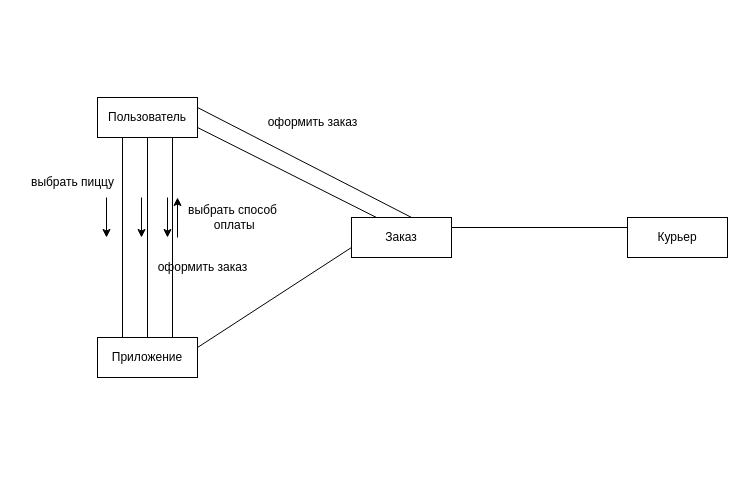
The draw.io diagram ДиаграммаКоммуникуции.drawio in hard-gainer/UML, before the edit. Source tidied: cells renumbered, new cells numbered last; positions are measured from the earlier drawing's top-left corner, leaving out a move shared by most shapes. Both pictures are drawn from the tidied source at 100%, with x=0, y=0 at pixel (17, 97).
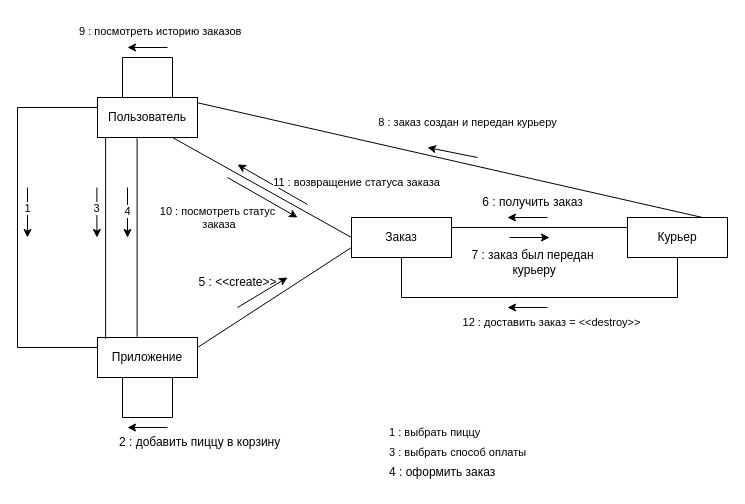
The same page after the edit.

The change refers to these unchanged cells:
```xml
<mxCell id="2" value="Пользователь" style="html=1;whiteSpace=wrap;" parent="1" vertex="1">
  <mxGeometry x="80" width="100" height="40" as="geometry" />
</mxCell>
<mxCell id="3" value="Заказ" style="html=1;whiteSpace=wrap;" parent="1" vertex="1">
  <mxGeometry x="334" y="120" width="100" height="40" as="geometry" />
</mxCell>
<mxCell id="4" value="Курьер" style="html=1;whiteSpace=wrap;" parent="1" vertex="1">
  <mxGeometry x="610" y="120" width="100" height="40" as="geometry" />
</mxCell>
<mxCell id="5" value="Приложение" style="html=1;whiteSpace=wrap;" parent="1" vertex="1">
  <mxGeometry x="80" y="240" width="100" height="40" as="geometry" />
</mxCell>
```

What changed in the source:
```diff
@@
-    <mxCell id="6" style="endArrow=none;html=1;rounded=0;entryX=0.25;entryY=1;entryDx=0;entryDy=0;exitX=0.25;exitY=0;exitDx=0;exitDy=0;" parent="1" edge="1" source="5" target="2">
-      <mxGeometry relative="1" as="geometry" />
-    </mxCell>
@@
-    <mxCell id="8" style="endArrow=none;html=1;rounded=0;exitX=1;exitY=0.75;exitDx=0;exitDy=0;entryX=0.25;entryY=0;entryDx=0;entryDy=0;" parent="1" edge="1" source="2" target="3">
+    <mxCell id="8" style="endArrow=none;html=1;rounded=0;exitX=0.396;exitY=1.02;exitDx=0;exitDy=0;entryX=0.396;entryY=-0.02;entryDx=0;entryDy=0;exitPerimeter=0;entryPerimeter=0;" parent="1" edge="1" source="2" target="5">
       <mxGeometry relative="1" as="geometry" />
     </mxCell>
-    <mxCell id="9" value="выбрать пиццу" style="text;html=1;align=center;verticalAlign=middle;strokeColor=none;fillColor=none;" parent="1" vertex="1">
-      <mxGeometry y="70" width="110" height="30" as="geometry" />
-    </mxCell>
-    <mxCell id="10" style="endArrow=classic;html=1;rounded=0;" parent="1" edge="1">
-      <mxGeometry relative="1" as="geometry">
-        <mxPoint x="89" y="100" as="sourcePoint" />
-        <mxPoint x="89" y="140" as="targetPoint" />
-      </mxGeometry>
-    </mxCell>
-    <mxCell id="11" style="endArrow=none;html=1;rounded=0;entryX=0.75;entryY=1;entryDx=0;entryDy=0;exitX=0.75;exitY=0;exitDx=0;exitDy=0;" parent="1" edge="1" source="5" target="2">
-      <mxGeometry relative="1" as="geometry" />
-    </mxCell>
-    <mxCell id="12" style="endArrow=classic;html=1;rounded=0;" parent="1" edge="1">
-      <mxGeometry relative="1" as="geometry">
-        <mxPoint x="150" y="100" as="sourcePoint" />
-        <mxPoint x="150" y="140" as="targetPoint" />
-      </mxGeometry>
-    </mxCell>
-    <mxCell id="13" style="endArrow=classic;html=1;rounded=0;" parent="1" edge="1">
-      <mxGeometry relative="1" as="geometry">
-        <mxPoint x="160" y="140" as="sourcePoint" />
-        <mxPoint x="160" y="100" as="targetPoint" />
-      </mxGeometry>
-    </mxCell>
-    <mxCell id="14" value="выбрать способ&lt;div&gt;&amp;nbsp;оплаты&lt;/div&gt;" style="text;html=1;align=center;verticalAlign=middle;strokeColor=none;fillColor=none;" parent="1" vertex="1">
-      <mxGeometry x="160" y="100" width="110" height="40" as="geometry" />
-    </mxCell>
@@
-    <mxCell id="16" value="оформить заказ" style="text;html=1;align=center;verticalAlign=middle;strokeColor=none;fillColor=none;" parent="1" vertex="1">
-      <mxGeometry x="240" y="10" width="110" height="30" as="geometry" />
+    <mxCell id="16" value="4 : оформить заказ" style="text;html=1;align=left;verticalAlign=middle;strokeColor=none;fillColor=none;" parent="1" vertex="1">
+      <mxGeometry x="370" y="360" width="130" height="30" as="geometry" />
     </mxCell>
+    <mxCell id="21" value="5 : &amp;lt;&amp;lt;create&amp;gt;&amp;gt;" style="text;html=1;align=center;verticalAlign=middle;strokeColor=none;fillColor=none;labelBackgroundColor=default;" parent="1" vertex="1">
+      <mxGeometry x="170" y="170" width="100" height="30" as="geometry" />
+    </mxCell>
+    <mxCell id="22" style="endArrow=classic;html=1;rounded=0;" parent="1" edge="1">
+      <mxGeometry relative="1" as="geometry">
+        <mxPoint x="220" y="210" as="sourcePoint" />
+        <mxPoint x="270" y="180" as="targetPoint" />
+      </mxGeometry>
+    </mxCell>
+    <mxCell id="23" style="endArrow=classic;html=1;rounded=0;" parent="1" edge="1">
+      <mxGeometry relative="1" as="geometry">
+        <mxPoint x="530" y="120" as="sourcePoint" />
+        <mxPoint x="490" y="120" as="targetPoint" />
+      </mxGeometry>
+    </mxCell>
+    <mxCell id="24" style="endArrow=classic;html=1;rounded=0;" parent="1" edge="1">
+      <mxGeometry relative="1" as="geometry">
+        <mxPoint x="492" y="140" as="sourcePoint" />
+        <mxPoint x="532" y="140" as="targetPoint" />
+      </mxGeometry>
+    </mxCell>
+    <mxCell id="25" value="6 : получить заказ" style="text;html=1;align=center;verticalAlign=middle;strokeColor=none;fillColor=none;" parent="1" vertex="1">
+      <mxGeometry x="455" y="90" width="120" height="30" as="geometry" />
+    </mxCell>
+    <mxCell id="26" value="7 : заказ был передан&lt;div&gt;&amp;nbsp;курьеру&lt;/div&gt;" style="text;html=1;align=center;verticalAlign=middle;strokeColor=none;fillColor=none;" parent="1" vertex="1">
+      <mxGeometry x="440" y="145" width="150" height="40" as="geometry" />
+    </mxCell>
+    <mxCell id="27" style="endArrow=none;html=1;rounded=0;exitX=1.001;exitY=0.132;exitDx=0;exitDy=0;entryX=0.75;entryY=0;entryDx=0;entryDy=0;exitPerimeter=0;" parent="1" edge="1" source="2" target="4">
+      <mxGeometry relative="1" as="geometry" />
+    </mxCell>
+    <mxCell id="28" style="endArrow=classic;html=1;rounded=0;" parent="1" edge="1">
+      <mxGeometry relative="1" as="geometry">
+        <mxPoint x="460" y="60" as="sourcePoint" />
+        <mxPoint x="410" y="50" as="targetPoint" />
+      </mxGeometry>
+    </mxCell>
+    <mxCell id="29" value="&lt;span style=&quot;font-size: 11px; background-color: rgb(255, 255, 255);&quot;&gt;8 : заказ создан и передан курьеру&lt;/span&gt;" style="text;html=1;align=center;verticalAlign=middle;strokeColor=none;fillColor=none;" parent="1" vertex="1">
+      <mxGeometry x="350" y="10" width="200" height="30" as="geometry" />
+    </mxCell>
+    <mxCell id="30" style="endArrow=classic;html=1;rounded=0;" parent="1" edge="1">
+      <mxGeometry relative="1" as="geometry">
+        <mxPoint x="110" y="90" as="sourcePoint" />
+        <mxPoint x="110" y="140" as="targetPoint" />
+        <Array as="points">
+          <mxPoint x="110" y="120" />
+        </Array>
+      </mxGeometry>
+    </mxCell>
+    <mxCell id="31" value="4" style="edgeLabel;html=1;align=center;verticalAlign=middle;" parent="30" vertex="1">
+      <mxGeometry x="-0.09" y="-1" relative="1" as="geometry" />
+    </mxCell>
+    <mxCell id="32" value="&lt;span style=&quot;font-size: 11px; background-color: rgb(255, 255, 255);&quot;&gt;10 : посмотреть статус&lt;/span&gt;&lt;div style=&quot;font-size: 11px;&quot;&gt;&amp;nbsp;заказа&lt;/div&gt;" style="text;html=1;align=center;verticalAlign=middle;strokeColor=none;fillColor=none;" parent="1" vertex="1">
+      <mxGeometry x="130" y="100" width="140" height="40" as="geometry" />
+    </mxCell>
-    <mxCell id="17" style="endArrow=none;html=1;rounded=0;exitX=1;exitY=0.25;exitDx=0;exitDy=0;entryX=0.604;entryY=0.004;entryDx=0;entryDy=0;entryPerimeter=0;" parent="1" edge="1" source="2" target="3">
+    <mxCell id="17" style="endArrow=none;html=1;rounded=0;exitX=0.75;exitY=1;exitDx=0;exitDy=0;entryX=0;entryY=0.5;entryDx=0;entryDy=0;" parent="1" edge="1" source="2" target="3">
       <mxGeometry relative="1" as="geometry" />
     </mxCell>
-    <mxCell id="18" style="endArrow=none;html=1;rounded=0;entryX=0.5;entryY=1;entryDx=0;entryDy=0;exitX=0.5;exitY=0;exitDx=0;exitDy=0;" parent="1" edge="1" source="5" target="2">
-      <mxGeometry relative="1" as="geometry" />
-    </mxCell>
-    <mxCell id="19" style="endArrow=classic;html=1;rounded=0;" parent="1" edge="1">
-      <mxGeometry relative="1" as="geometry">
-        <mxPoint x="124" y="100" as="sourcePoint" />
-        <mxPoint x="124" y="140" as="targetPoint" />
-      </mxGeometry>
-    </mxCell>
-    <mxCell id="20" value="оформить заказ" style="text;html=1;align=center;verticalAlign=middle;strokeColor=none;fillColor=none;" parent="1" vertex="1">
-      <mxGeometry x="130" y="155" width="110" height="30" as="geometry" />
-    </mxCell>
+    <mxCell id="33" style="endArrow=classic;html=1;rounded=0;" parent="1" edge="1">
+      <mxGeometry relative="1" as="geometry">
+        <mxPoint x="210" y="80" as="sourcePoint" />
+        <mxPoint x="280" y="120" as="targetPoint" />
+      </mxGeometry>
+    </mxCell>
+    <mxCell id="34" style="endArrow=classic;html=1;rounded=0;" parent="1" edge="1">
+      <mxGeometry relative="1" as="geometry">
+        <mxPoint x="290" y="107" as="sourcePoint" />
+        <mxPoint x="220" y="67" as="targetPoint" />
+      </mxGeometry>
+    </mxCell>
+    <mxCell id="35" value="&lt;span style=&quot;font-size: 11px; background-color: rgb(255, 255, 255);&quot;&gt;11 : возвращение статуса заказа&lt;/span&gt;" style="text;html=1;align=center;verticalAlign=middle;strokeColor=none;fillColor=none;" parent="1" vertex="1">
+      <mxGeometry x="244" y="70" width="190" height="30" as="geometry" />
+    </mxCell>
+    <mxCell id="36" style="endArrow=none;html=1;rounded=0;exitX=0;exitY=0.25;exitDx=0;exitDy=0;entryX=0;entryY=0.25;entryDx=0;entryDy=0;" parent="1" edge="1" source="5" target="2">
+      <mxGeometry relative="1" as="geometry">
+        <Array as="points">
+          <mxPoint y="250" />
+          <mxPoint y="10" />
+        </Array>
+      </mxGeometry>
+    </mxCell>
+    <mxCell id="37" style="endArrow=classic;html=1;rounded=0;" parent="1" edge="1">
+      <mxGeometry relative="1" as="geometry">
+        <mxPoint x="150" y="330" as="sourcePoint" />
+        <mxPoint x="110" y="330" as="targetPoint" />
+      </mxGeometry>
+    </mxCell>
+    <mxCell id="38" style="endArrow=classic;html=1;rounded=0;" parent="1" edge="1">
+      <mxGeometry relative="1" as="geometry">
+        <mxPoint x="10" y="90" as="sourcePoint" />
+        <mxPoint x="10" y="140" as="targetPoint" />
+      </mxGeometry>
+    </mxCell>
+    <mxCell id="39" value="1" style="edgeLabel;html=1;align=center;verticalAlign=middle;" parent="38" vertex="1">
+      <mxGeometry x="-0.21" y="-1" relative="1" as="geometry" />
+    </mxCell>
+    <mxCell id="40" style="endArrow=none;html=1;rounded=0;exitX=0.081;exitY=0.032;exitDx=0;exitDy=0;exitPerimeter=0;entryX=0.081;entryY=0.989;entryDx=0;entryDy=0;entryPerimeter=0;" parent="1" edge="1" source="5" target="2">
+      <mxGeometry relative="1" as="geometry" />
+    </mxCell>
+    <mxCell id="41" style="endArrow=classic;html=1;rounded=0;" parent="1" edge="1">
+      <mxGeometry relative="1" as="geometry">
+        <mxPoint x="79.4" y="90" as="sourcePoint" />
+        <mxPoint x="79.4" y="140" as="targetPoint" />
+      </mxGeometry>
+    </mxCell>
+    <mxCell id="42" value="3" style="edgeLabel;html=1;align=center;verticalAlign=middle;" parent="41" vertex="1">
+      <mxGeometry x="-0.21" y="1" relative="1" as="geometry">
+        <mxPoint x="-2" as="offset" />
+      </mxGeometry>
+    </mxCell>
+    <mxCell id="43" style="endArrow=none;html=1;rounded=0;entryX=0.25;entryY=1;entryDx=0;entryDy=0;exitX=0.75;exitY=1;exitDx=0;exitDy=0;" parent="1" edge="1" source="5" target="5">
+      <mxGeometry relative="1" as="geometry">
+        <Array as="points">
+          <mxPoint x="155" y="320" />
+          <mxPoint x="105" y="320" />
+        </Array>
+      </mxGeometry>
+    </mxCell>
+    <mxCell id="44" value="&lt;span style=&quot;font-size: 11px; background-color: rgb(255, 255, 255);&quot;&gt;1 : выбрать пиццу&lt;/span&gt;" style="text;html=1;align=left;verticalAlign=middle;strokeColor=none;fillColor=none;" parent="1" vertex="1">
+      <mxGeometry x="370" y="320" width="110" height="30" as="geometry" />
+    </mxCell>
+    <mxCell id="45" value="&lt;span style=&quot;font-size: 11px; background-color: rgb(255, 255, 255);&quot;&gt;3 : выбрать способ оплаты&lt;/span&gt;" style="text;html=1;align=left;verticalAlign=middle;strokeColor=none;fillColor=none;" parent="1" vertex="1">
+      <mxGeometry x="370" y="340" width="160" height="30" as="geometry" />
+    </mxCell>
+    <mxCell id="46" value="2 : добавить пиццу&amp;nbsp;&lt;span style=&quot;background-color: initial;&quot;&gt;в корзину&lt;/span&gt;" style="text;html=1;align=left;verticalAlign=middle;strokeColor=none;fillColor=none;" parent="1" vertex="1">
+      <mxGeometry x="100" y="330" width="180" height="30" as="geometry" />
+    </mxCell>
+    <mxCell id="47" value="&lt;span style=&quot;color: rgb(0, 0, 0); font-family: Helvetica; font-size: 11px; font-style: normal; font-variant-ligatures: normal; font-variant-caps: normal; font-weight: 400; letter-spacing: normal; orphans: 2; text-align: center; text-indent: 0px; text-transform: none; widows: 2; word-spacing: 0px; -webkit-text-stroke-width: 0px; white-space: nowrap; background-color: rgb(255, 255, 255); text-decoration-thickness: initial; text-decoration-style: initial; text-decoration-color: initial; display: inline !important; float: none;&quot;&gt;9 : посмотреть историю&amp;nbsp;&lt;/span&gt;&lt;span style=&quot;font-size: 11px; text-align: center; text-wrap: nowrap; background-color: initial;&quot;&gt;заказов&lt;/span&gt;" style="text;whiteSpace=wrap;html=1;" parent="1" vertex="1">
+      <mxGeometry x="60" y="-80" width="150" height="50" as="geometry" />
+    </mxCell>
+    <mxCell id="48" style="endArrow=none;html=1;rounded=0;entryX=0.25;entryY=0;entryDx=0;entryDy=0;exitX=0.75;exitY=0;exitDx=0;exitDy=0;" parent="1" edge="1" source="2" target="2">
+      <mxGeometry relative="1" as="geometry">
+        <Array as="points">
+          <mxPoint x="155" y="-40" />
+          <mxPoint x="105" y="-40" />
+        </Array>
+      </mxGeometry>
+    </mxCell>
+    <mxCell id="49" style="endArrow=classic;html=1;rounded=0;" parent="1" edge="1">
+      <mxGeometry relative="1" as="geometry">
+        <mxPoint x="150" y="-50" as="sourcePoint" />
+        <mxPoint x="110" y="-50" as="targetPoint" />
+      </mxGeometry>
+    </mxCell>
+    <mxCell id="50" style="endArrow=none;html=1;rounded=0;entryX=0.5;entryY=1;entryDx=0;entryDy=0;exitX=0.5;exitY=1;exitDx=0;exitDy=0;" parent="1" edge="1" source="3" target="4">
+      <mxGeometry relative="1" as="geometry">
+        <Array as="points">
+          <mxPoint x="384" y="200" />
+          <mxPoint x="660" y="200" />
+        </Array>
+      </mxGeometry>
+    </mxCell>
+    <mxCell id="51" value="&lt;span style=&quot;font-size: 11px; background-color: rgb(255, 255, 255);&quot;&gt;12 : доставить заказ = &amp;lt;&amp;lt;destroy&amp;gt;&amp;gt;&lt;/span&gt;" style="text;html=1;align=center;verticalAlign=middle;strokeColor=none;fillColor=none;" parent="1" vertex="1">
+      <mxGeometry x="434" y="210" width="200" height="30" as="geometry" />
+    </mxCell>
+    <mxCell id="52" style="endArrow=classic;html=1;rounded=0;" parent="1" edge="1">
+      <mxGeometry relative="1" as="geometry">
+        <mxPoint x="530" y="210" as="sourcePoint" />
+        <mxPoint x="490" y="210" as="targetPoint" />
+      </mxGeometry>
+    </mxCell>
```
